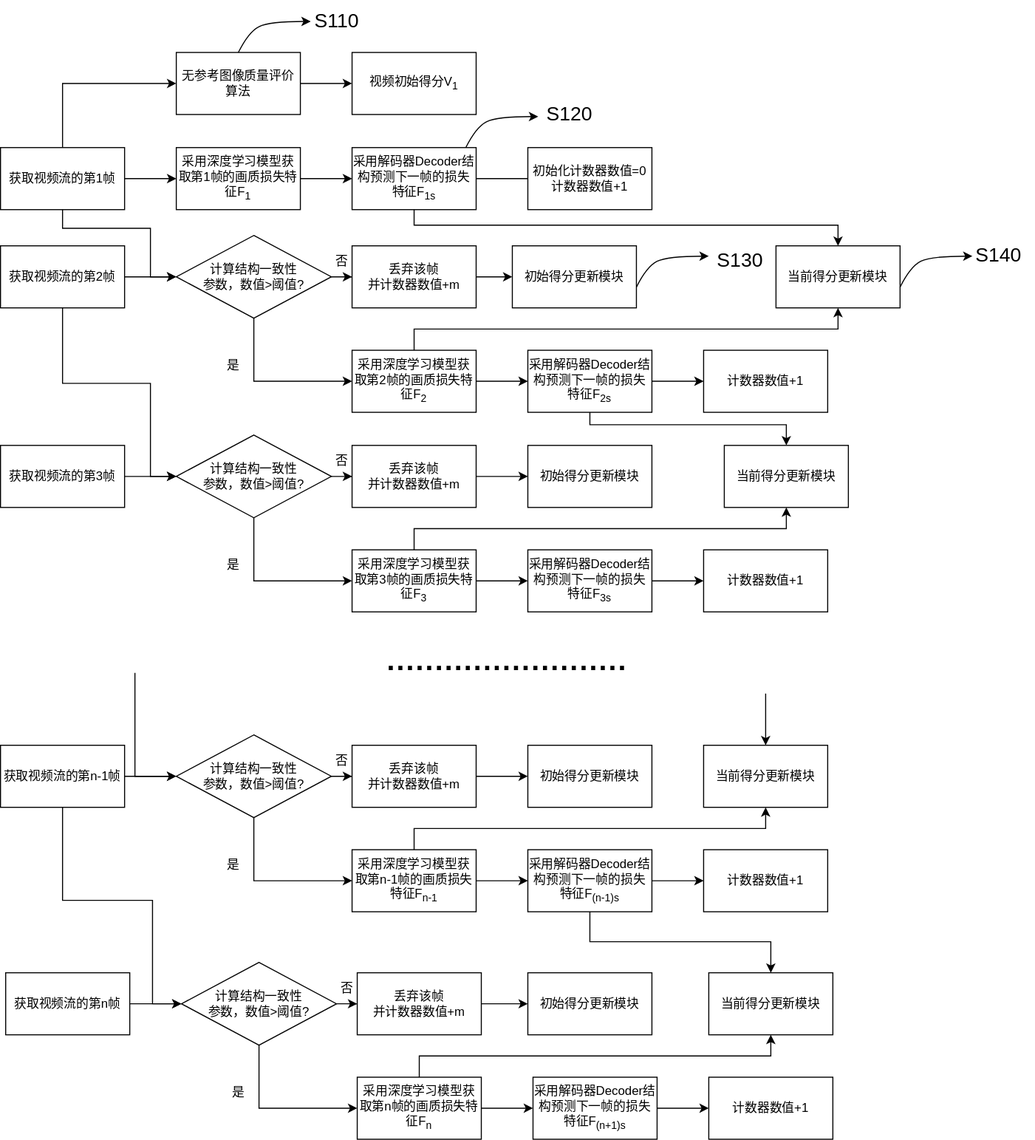
The draw.io diagram stream_video_quality_assessment_flowchart.drawio.svg in hrf666666/FlowCharts, before a commit. Source tidied: cells renumbered, new cells last; positions are measured from the earlier drawing's top-left corner, leaving out a move shared by most shapes.
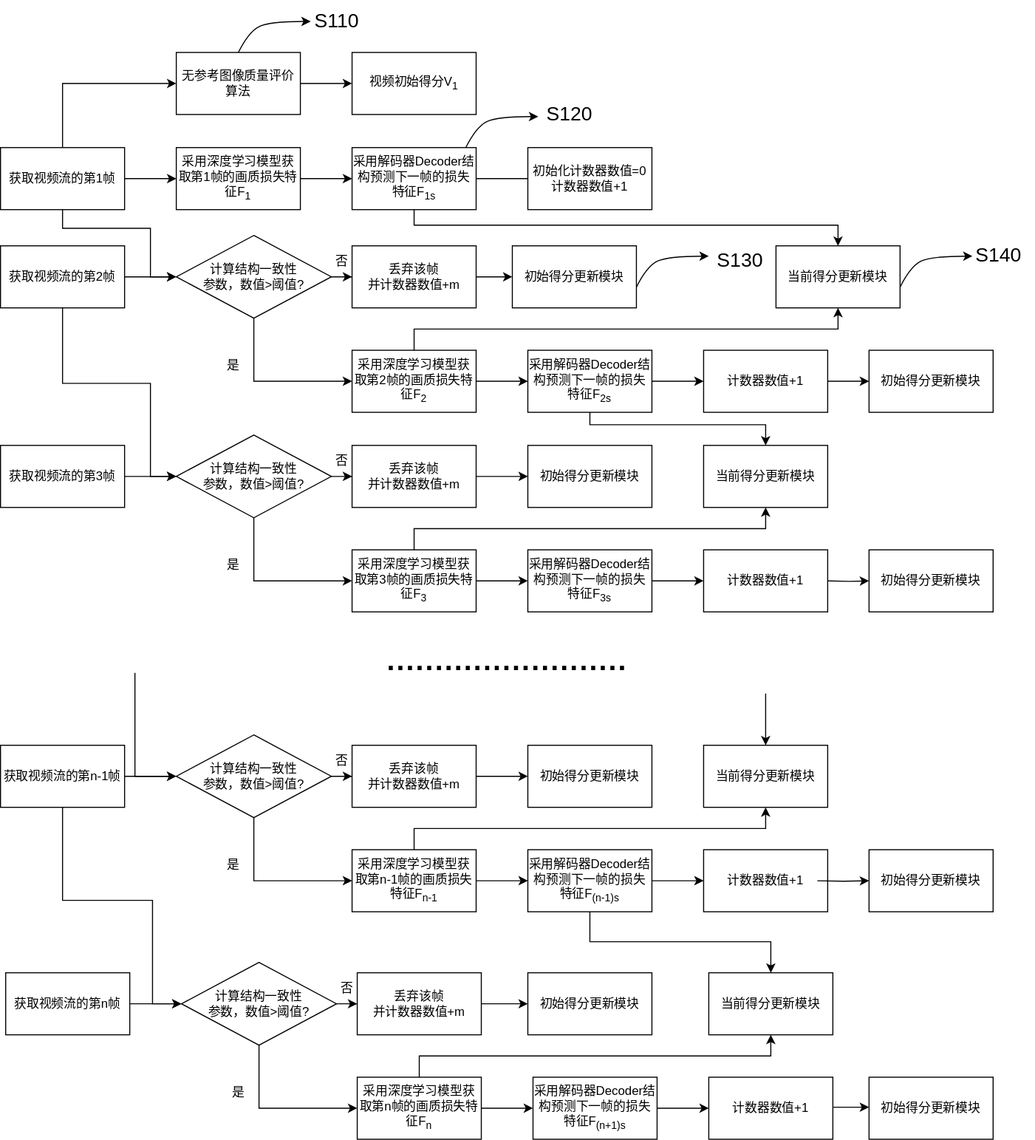
Later version of the same file.

Diff of the diagram source:
```diff
@@ -84,13 +84,16 @@
       <mxGeometry relative="1" as="geometry">
         <Array as="points">
           <mxPoint x="570" y="410" />
-          <mxPoint x="760" y="410" />
+          <mxPoint x="740" y="410" />
         </Array>
       </mxGeometry>
     </mxCell>
     <mxCell id="22" value="采用解码器Decoder结构预测下一帧的损失特征F&lt;sub&gt;2s&lt;/sub&gt;" style="rounded=0;whiteSpace=wrap;html=1;" parent="1" vertex="1">
       <mxGeometry x="510" y="338" width="120" height="60" as="geometry" />
     </mxCell>
+    <mxCell id="98" style="edgeStyle=orthogonalEdgeStyle;rounded=0;jettySize=auto;html=1;entryX=0;entryY=0.5;entryDx=0;entryDy=0;" parent="1" edge="1" source="23" target="99">
+      <mxGeometry relative="1" as="geometry" />
+    </mxCell>
     <mxCell id="23" value="计数器数值+1" style="rounded=0;whiteSpace=wrap;html=1;" parent="1" vertex="1">
       <mxGeometry x="680" y="338" width="120" height="60" as="geometry" />
     </mxCell>
@@ -175,7 +178,7 @@
       <mxGeometry x="510" y="430" width="120" height="60" as="geometry" />
     </mxCell>
     <mxCell id="50" value="当前得分更新模块" style="rounded=0;whiteSpace=wrap;html=1;" parent="1" vertex="1">
-      <mxGeometry x="700" y="430" width="120" height="60" as="geometry" />
+      <mxGeometry x="680" y="430" width="120" height="60" as="geometry" />
     </mxCell>
     <mxCell id="51" style="edgeStyle=orthogonalEdgeStyle;rounded=0;jettySize=auto;html=1;" parent="1" edge="1" source="53">
       <mxGeometry relative="1" as="geometry">
@@ -373,5 +376,32 @@
     <mxCell id="97" value="S130" style="text;html=1;align=center;verticalAlign=middle;strokeColor=none;fillColor=none;fontSize=19;" parent="1" vertex="1">
       <mxGeometry x="680" y="232" width="70" height="40" as="geometry" />
     </mxCell>
+    <mxCell id="99" value="初始得分更新模块" style="rounded=0;whiteSpace=wrap;html=1;" parent="1" vertex="1">
+      <mxGeometry x="840" y="338" width="120" height="60" as="geometry" />
+    </mxCell>
+    <mxCell id="100" style="edgeStyle=orthogonalEdgeStyle;rounded=0;jettySize=auto;html=1;entryX=0;entryY=0.5;entryDx=0;entryDy=0;" parent="1" edge="1" target="101">
+      <mxGeometry relative="1" as="geometry">
+        <mxPoint x="800" y="561" as="sourcePoint" />
+      </mxGeometry>
+    </mxCell>
+    <mxCell id="101" value="初始得分更新模块" style="rounded=0;whiteSpace=wrap;html=1;" parent="1" vertex="1">
+      <mxGeometry x="840" y="531" width="120" height="60" as="geometry" />
+    </mxCell>
+    <mxCell id="102" style="edgeStyle=orthogonalEdgeStyle;rounded=0;jettySize=auto;html=1;entryX=0;entryY=0.5;entryDx=0;entryDy=0;" parent="1" edge="1" target="103">
+      <mxGeometry relative="1" as="geometry">
+        <mxPoint x="790" y="851" as="sourcePoint" />
+      </mxGeometry>
+    </mxCell>
+    <mxCell id="103" value="初始得分更新模块" style="rounded=0;whiteSpace=wrap;html=1;" parent="1" vertex="1">
+      <mxGeometry x="840" y="821" width="120" height="60" as="geometry" />
+    </mxCell>
+    <mxCell id="104" style="edgeStyle=orthogonalEdgeStyle;rounded=0;jettySize=auto;html=1;entryX=0;entryY=0.5;entryDx=0;entryDy=0;" parent="1" edge="1" target="105">
+      <mxGeometry relative="1" as="geometry">
+        <mxPoint x="805" y="1070" as="sourcePoint" />
+      </mxGeometry>
+    </mxCell>
+    <mxCell id="105" value="初始得分更新模块" style="rounded=0;whiteSpace=wrap;html=1;" parent="1" vertex="1">
+      <mxGeometry x="840" y="1041" width="120" height="60" as="geometry" />
+    </mxCell>
   </root>
 </mxGraphModel>
```
